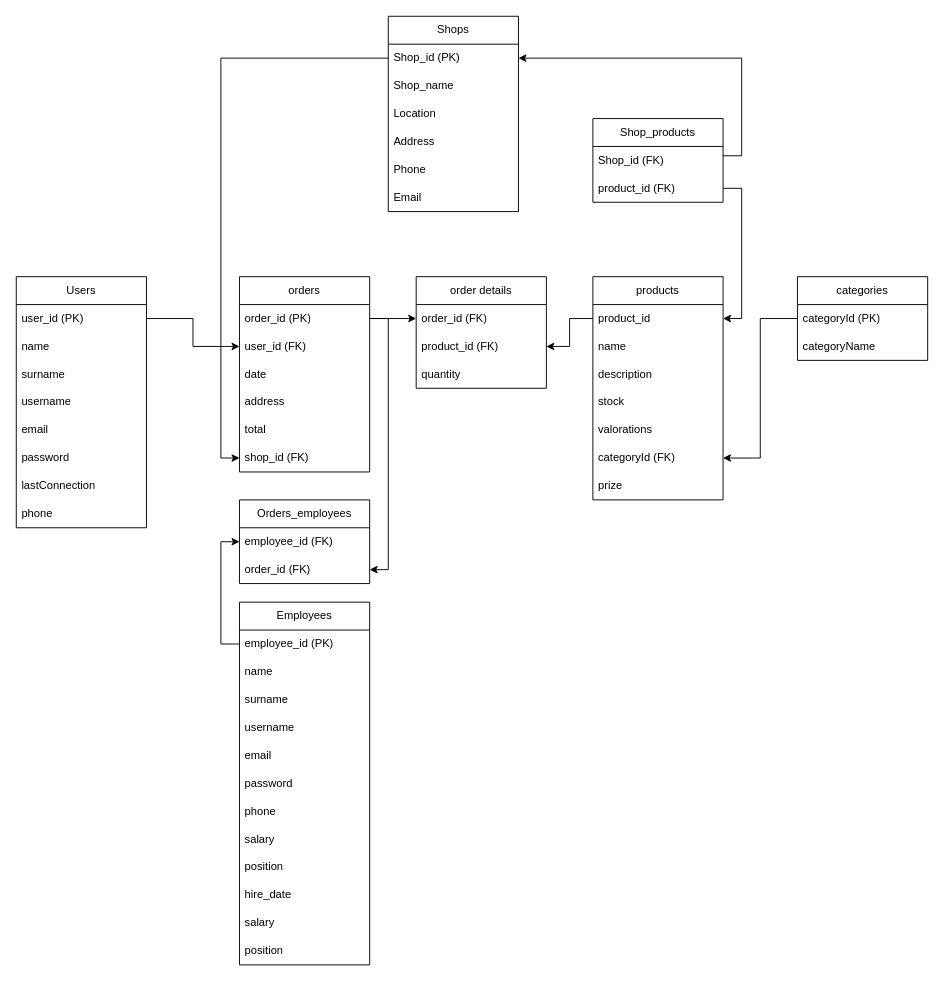
The draw.io diagram page "Página-2" (1 of 2) of modelo_DDBB.drawio in Rakions/proyecto-final, before the edit. Source tidied: cells renumbered, new cells numbered last; positions are measured from the earlier drawing's top-left corner, leaving out a move shared by most shapes. Both pictures are drawn from the tidied source at 93%, with x=0, y=0 at pixel (16, 16).
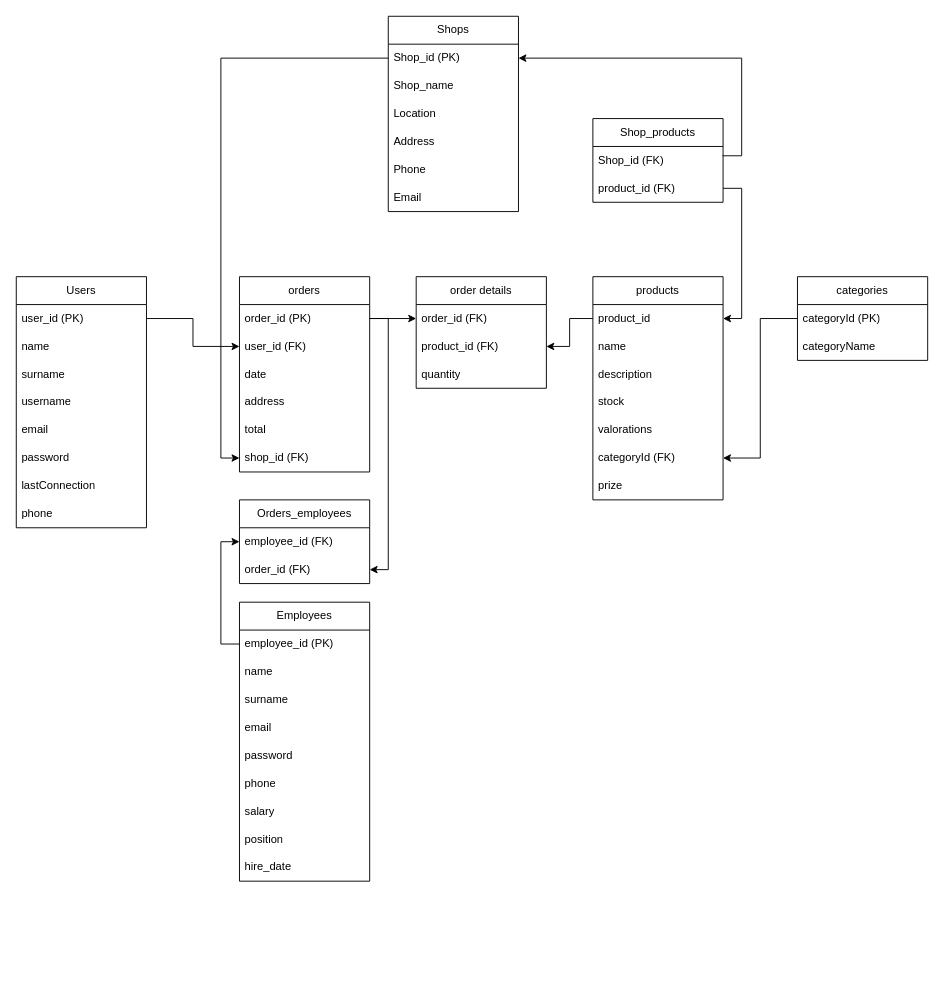
The same page after the edit.

Commit message (it also covers changes not shown here):
Rehecha base de datos

Diff of the diagram source:
```diff
@@
     <mxCell id="37" value="Employees" style="swimlane;fontStyle=0;horizontal=1;startSize=30;whiteSpace=wrap;html=1;" parent="1" vertex="1">
-      <mxGeometry x="240" y="630" width="140" height="390" as="geometry" />
+      <mxGeometry x="240" y="630" width="140" height="300" as="geometry" />
     </mxCell>
@@
-    <mxCell id="41" value="username" style="text;strokeColor=none;fillColor=none;align=left;verticalAlign=middle;spacingLeft=4;spacingRight=4;overflow=hidden;whiteSpace=wrap;html=1;" parent="37" vertex="1">
-      <mxGeometry y="120" width="140" height="30" as="geometry" />
-    </mxCell>
     <mxCell id="42" value="email" style="text;strokeColor=none;fillColor=none;align=left;verticalAlign=middle;spacingLeft=4;spacingRight=4;overflow=hidden;whiteSpace=wrap;html=1;" parent="37" vertex="1">
-      <mxGeometry y="150" width="140" height="30" as="geometry" />
+      <mxGeometry y="120" width="140" height="30" as="geometry" />
     </mxCell>
     <mxCell id="43" value="password" style="text;strokeColor=none;fillColor=none;align=left;verticalAlign=middle;spacingLeft=4;spacingRight=4;overflow=hidden;whiteSpace=wrap;html=1;" parent="37" vertex="1">
-      <mxGeometry y="180" width="140" height="30" as="geometry" />
+      <mxGeometry y="150" width="140" height="30" as="geometry" />
     </mxCell>
     <mxCell id="44" value="phone" style="text;strokeColor=none;fillColor=none;align=left;verticalAlign=middle;spacingLeft=4;spacingRight=4;overflow=hidden;whiteSpace=wrap;html=1;" parent="37" vertex="1">
-      <mxGeometry y="210" width="140" height="30" as="geometry" />
+      <mxGeometry y="180" width="140" height="30" as="geometry" />
     </mxCell>
     <mxCell id="45" value="salary" style="text;strokeColor=none;fillColor=none;align=left;verticalAlign=middle;spacingLeft=4;spacingRight=4;overflow=hidden;whiteSpace=wrap;html=1;" parent="37" vertex="1">
-      <mxGeometry y="240" width="140" height="30" as="geometry" />
+      <mxGeometry y="210" width="140" height="30" as="geometry" />
     </mxCell>
     <mxCell id="46" value="position" style="text;strokeColor=none;fillColor=none;align=left;verticalAlign=middle;spacingLeft=4;spacingRight=4;overflow=hidden;whiteSpace=wrap;html=1;" parent="37" vertex="1">
-      <mxGeometry y="270" width="140" height="30" as="geometry" />
+      <mxGeometry y="240" width="140" height="30" as="geometry" />
     </mxCell>
     <mxCell id="47" value="hire_date" style="text;strokeColor=none;fillColor=none;align=left;verticalAlign=middle;spacingLeft=4;spacingRight=4;overflow=hidden;whiteSpace=wrap;html=1;" parent="37" vertex="1">
-      <mxGeometry y="300" width="140" height="30" as="geometry" />
+      <mxGeometry y="270" width="140" height="30" as="geometry" />
     </mxCell>
-    <mxCell id="48" value="salary" style="text;strokeColor=none;fillColor=none;align=left;verticalAlign=middle;spacingLeft=4;spacingRight=4;overflow=hidden;whiteSpace=wrap;html=1;" parent="37" vertex="1">
-      <mxGeometry y="330" width="140" height="30" as="geometry" />
-    </mxCell>
-    <mxCell id="49" value="position" style="text;strokeColor=none;fillColor=none;align=left;verticalAlign=middle;spacingLeft=4;spacingRight=4;overflow=hidden;whiteSpace=wrap;html=1;" parent="37" vertex="1">
-      <mxGeometry y="360" width="140" height="30" as="geometry" />
-    </mxCell>
```
